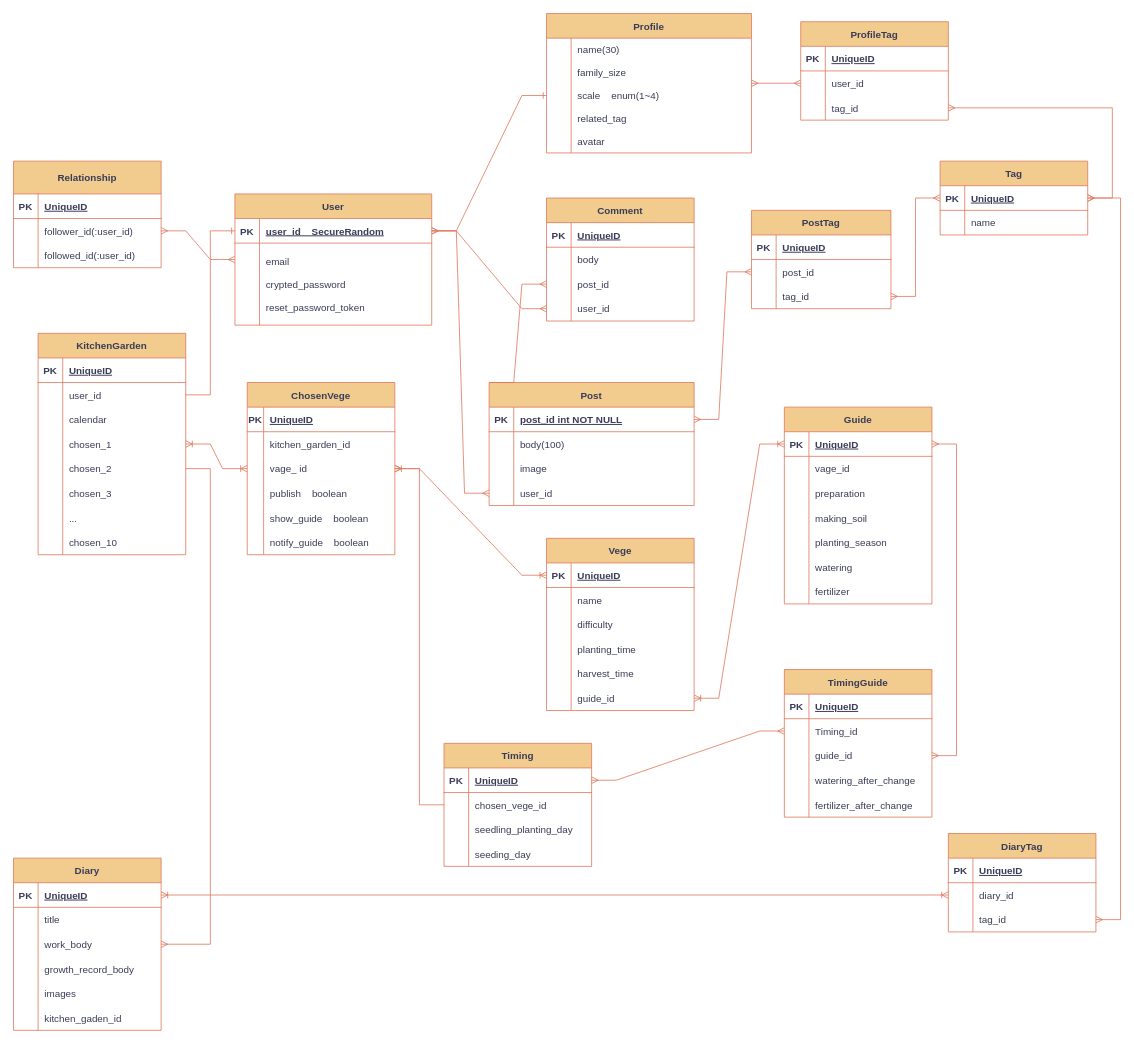
SHOBRIO/kitchen_garden keeps this draw.io diagram as 名称未設定ファイル.drawio. Above is the earlier version. Source tidied: cells renumbered, new cells numbered last; positions are measured from the earlier drawing's top-left corner, leaving out a move shared by most shapes. Both pictures are drawn from the tidied source at 82%, with x=0, y=0 at pixel (13, 13).
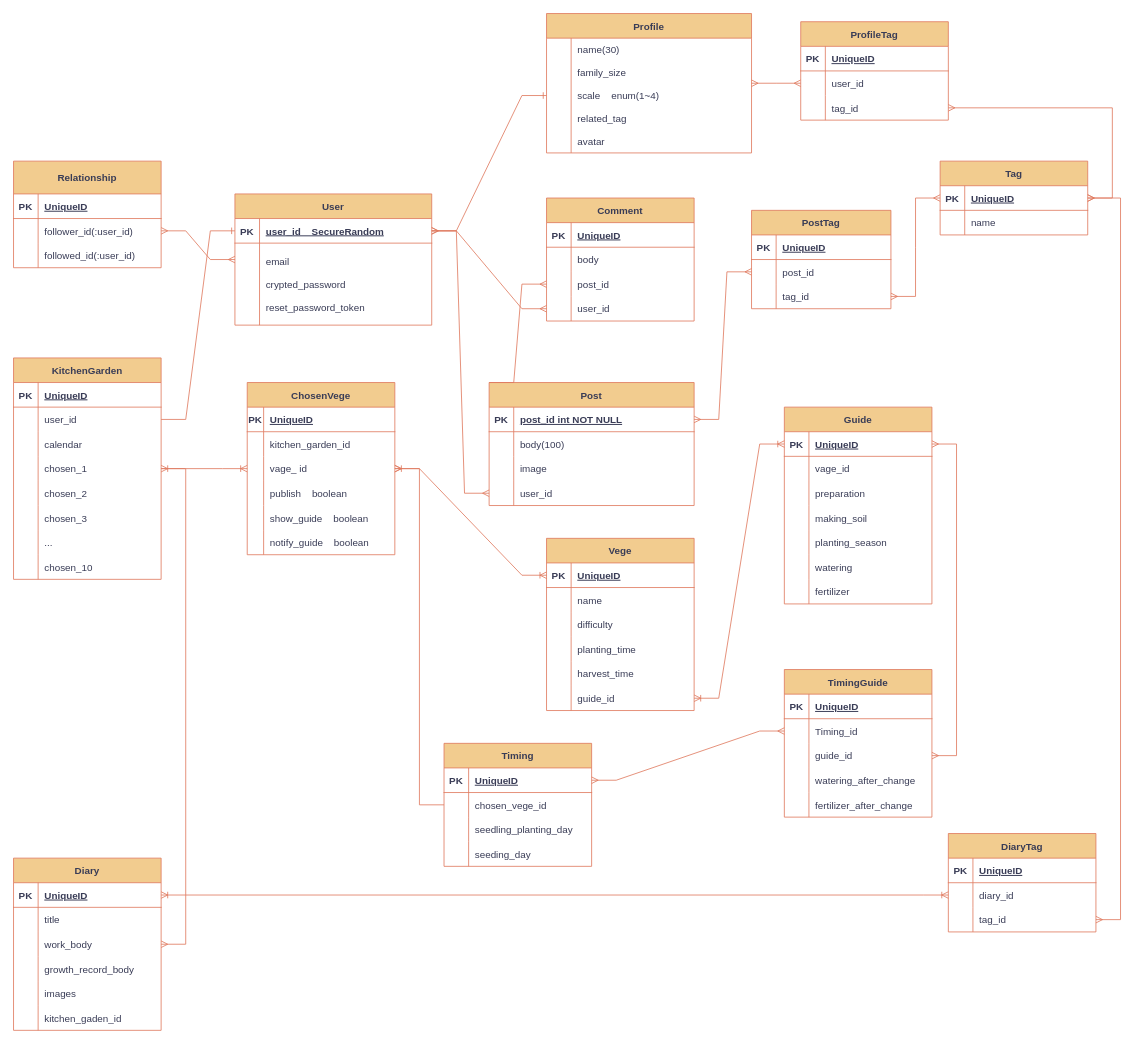
Above is the later version.

Commit message (it also covers changes not shown here):
名称未設定ファイル.drawio を更新します

The change refers to these unchanged cells:
```xml
<mxCell id="62" style="shape=tableRow;horizontal=0;startSize=0;swimlaneHead=0;swimlaneBody=0;fillColor=none;points=[[0,0.5],[1,0.5]];portConstraint=eastwest;top=0;left=0;right=0;bottom=0;labelBackgroundColor=none;strokeColor=#E07A5F;fontColor=#393C56;" parent="49" vertex="1">
  <mxGeometry y="150" width="180" height="30" as="geometry" />
</mxCell>
<mxCell id="206" value="Diary" style="shape=table;startSize=30;childLayout=tableLayout;rowLines=0;fontStyle=1;align=center;strokeColor=#E07A5F;fontColor=#393C56;fillColor=#F2CC8F;" parent="1" vertex="1">
  <mxGeometry y="1030" width="180" height="210" as="geometry" />
</mxCell>
```

The edit, as a diff of the source:
```diff
@@
     <mxCell id="49" value="KitchenGarden" style="shape=table;startSize=30;childLayout=tableLayout;rowLines=0;fontStyle=1;align=center;labelBackgroundColor=none;fillColor=#F2CC8F;strokeColor=#E07A5F;fontColor=#393C56;" parent="1" vertex="1">
-      <mxGeometry x="30" y="390" width="180" height="270" as="geometry" />
+      <mxGeometry y="420" width="180" height="270" as="geometry" />
     </mxCell>
@@
-    <mxCell id="237" style="edgeStyle=entityRelationEdgeStyle;fontSize=12;html=1;endArrow=ERmany;rounded=0;strokeColor=#E07A5F;fontColor=#393C56;fillColor=#F2CC8F;" parent="1" edge="1" source="62" target="206">
+    <mxCell id="237" style="edgeStyle=entityRelationEdgeStyle;fontSize=12;html=1;endArrow=ERmany;rounded=0;strokeColor=#E07A5F;fontColor=#393C56;fillColor=#F2CC8F;" parent="1" edge="1" source="49" target="206">
       <mxGeometry relative="1" as="geometry" />
     </mxCell>
```
